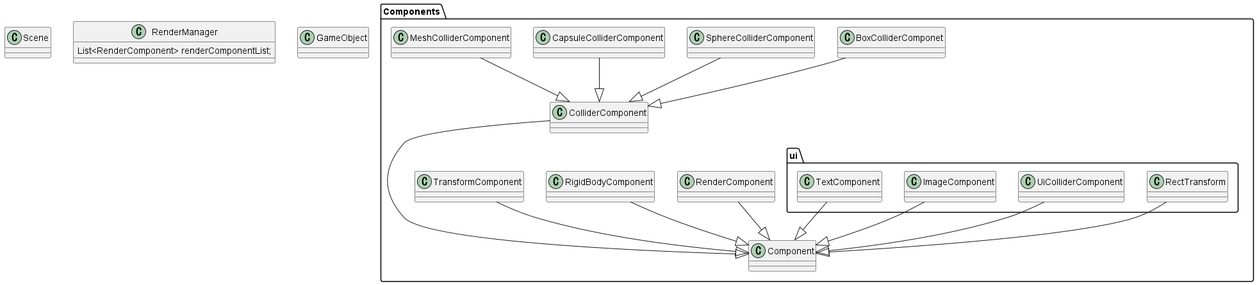
This is ClassDiagram/ClassDiagram.png from heller77/Yougine, a PlantUML export, as it was before one commit. Source of this version:
```plantuml
@startuml
class Scene{

}

RenderManager -- RenderComponent
class RenderManager{
    List<RenderComponent> renderComponentList;
}

class GameObject{}

class Scene{}

namespace Components{
    class Component{}

    RenderComponent --|>Component
    RigidBodyComponent --|>Component
    TransformComponent --|>Component
    class RenderComponent {}
    class RigidBodyComponent {}
    class TransformComponent{}

    ColliderComponent ---|>Component
    BoxColliderComponet --|>ColliderComponent
    SphereColliderComponent --|>ColliderComponent
    CapsuleColliderComponent --|>ColliderComponent
    MeshColliderComponent --|>ColliderComponent
    class ColliderComponent{}
    class BoxColliderComponet{}
    class SphereColliderComponent{}
    class CapsuleColliderComponent{}
    class MeshColliderComponent{}


    namespace ui{
        RectTransform --|> Components.Component
        UiColliderComponent --|> Components.Component
        ImageComponent --|> Components.Component
        TextComponent --|> Components.Component

        class RectTransform{}
        class UiColliderComponent {}
        class ImageComponent{}
        class TextComponent{}
    }
}


@enduml
```
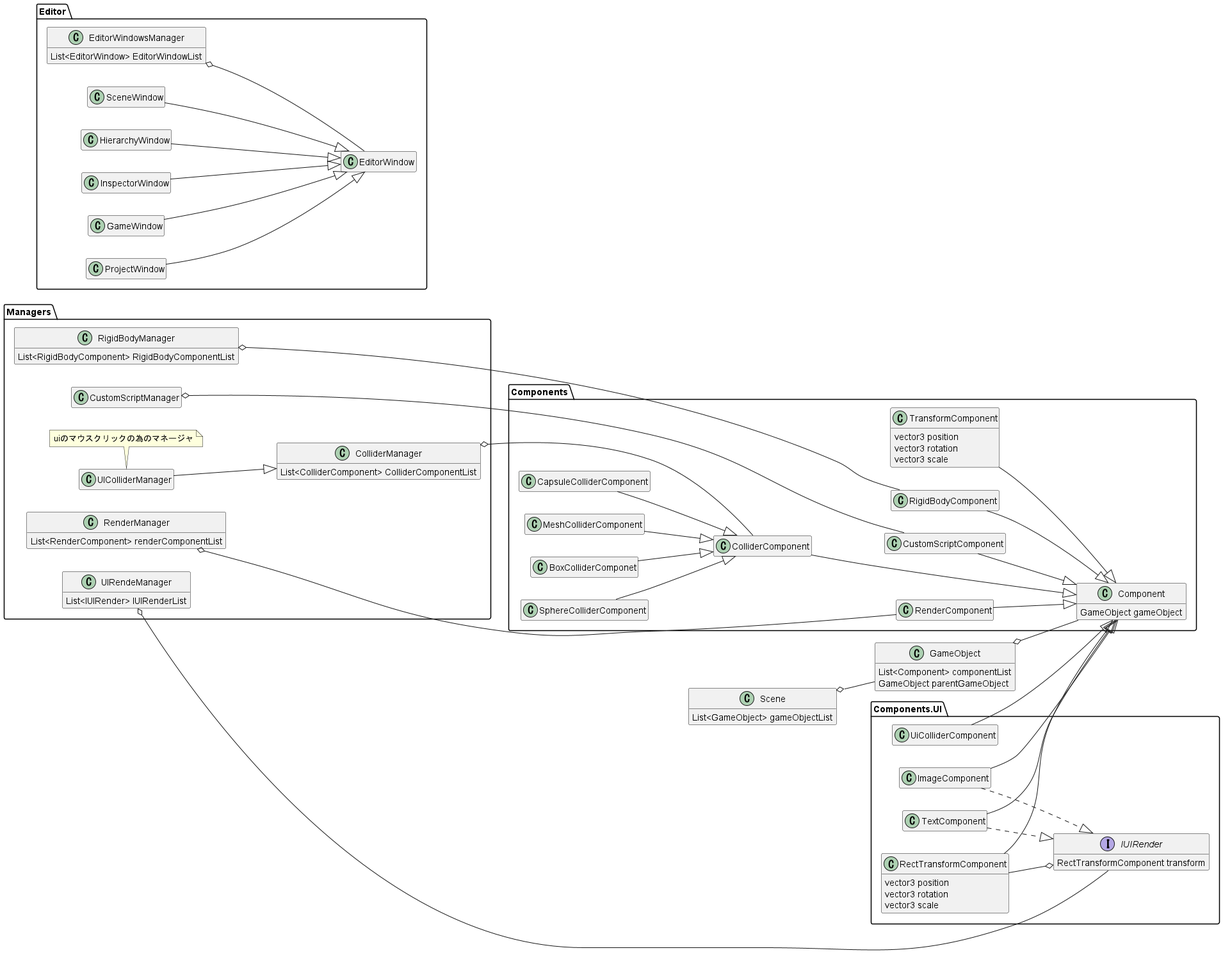
After the change.

Commit message:
クラス図編集

Change to the diagram source:
```diff
@@ -1,26 +1,80 @@
 @startuml
-class Scene{
+hide empty members
 
+
+GameObject o-- Components.Component
+class GameObject{
+    List<Component> componentList
+    GameObject parentGameObject
 }
 
-RenderManager -- RenderComponent
-class RenderManager{
-    List<RenderComponent> renderComponentList;
+Scene o--GameObject
+class Scene{
+    List<GameObject> gameObjectList
 }
+left to right direction
+namespace Managers{
+    RenderManager o-- Components.RenderComponent
+    class RenderManager{
+        List<RenderComponent> renderComponentList
+    }
+    UIRendeManager o-- Components.UI.IUIRender
+    class UIRendeManager{
+        List<IUIRender> IUIRenderList
+    }
 
-class GameObject{}
+    note bottom of UIColliderManager
+    uiのマウスクリックの為のマネージャ
+    end note
 
-class Scene{}
+    UIColliderManager --|> ColliderManager
+    class UIColliderManager{}
 
+    RigidBodyManager o-- Components.RigidBodyComponent
+    class RigidBodyManager{
+        List<RigidBodyComponent> RigidBodyComponentList
+    }
+    ColliderManager o--- Components.ColliderComponent
+    class ColliderManager{
+        List<ColliderComponent> ColliderComponentList
+    }
+    CustomScriptManager o--- Components.CustomScriptComponent
+    class CustomScriptManager{}
+}
+namespace Editor{
+    class EditorWindowsManager{
+        List<EditorWindow> EditorWindowList
+    }
+    EditorWindowsManager o-- EditorWindow
+    class EditorWindow{}
+    SceneWindow --|> EditorWindow
+    HierarchyWindow --|> EditorWindow
+    InspectorWindow --|> EditorWindow
+    GameWindow --|> EditorWindow
+    ProjectWindow --|> EditorWindow
+    class SceneWindow{}
+    class HierarchyWindow{}
+    class InspectorWindow{}
+    class GameWindow{}
+    class ProjectWindow{}
+}
 namespace Components{
-    class Component{}
+    class Component{
+        GameObject gameObject
+    }
 
     RenderComponent --|>Component
     RigidBodyComponent --|>Component
     TransformComponent --|>Component
+    CustomScriptComponent --|> Component
     class RenderComponent {}
     class RigidBodyComponent {}
-    class TransformComponent{}
+    class TransformComponent{
+                vector3 position
+                vector3 rotation
+                vector3 scale
+                }
+    class CustomScriptComponent{}
 
     ColliderComponent ---|>Component
     BoxColliderComponet --|>ColliderComponent
@@ -32,20 +86,25 @@
     class SphereColliderComponent{}
     class CapsuleColliderComponent{}
     class MeshColliderComponent{}
-
-
-    namespace ui{
-        RectTransform --|> Components.Component
+    namespace UI{
+        RectTransformComponent --|> Components.Component
         UiColliderComponent --|> Components.Component
         ImageComponent --|> Components.Component
         TextComponent --|> Components.Component
-
-        class RectTransform{}
+        interface IUIRender{
+            RectTransformComponent transform
+        }
+        RectTransformComponent --o IUIRender
+        ImageComponent ..|> IUIRender
+        TextComponent ..|> IUIRender
+        class RectTransformComponent{
+            vector3 position
+            vector3 rotation
+            vector3 scale
+        }
         class UiColliderComponent {}
         class ImageComponent{}
         class TextComponent{}
     }
 }
-
-
 @enduml
```
